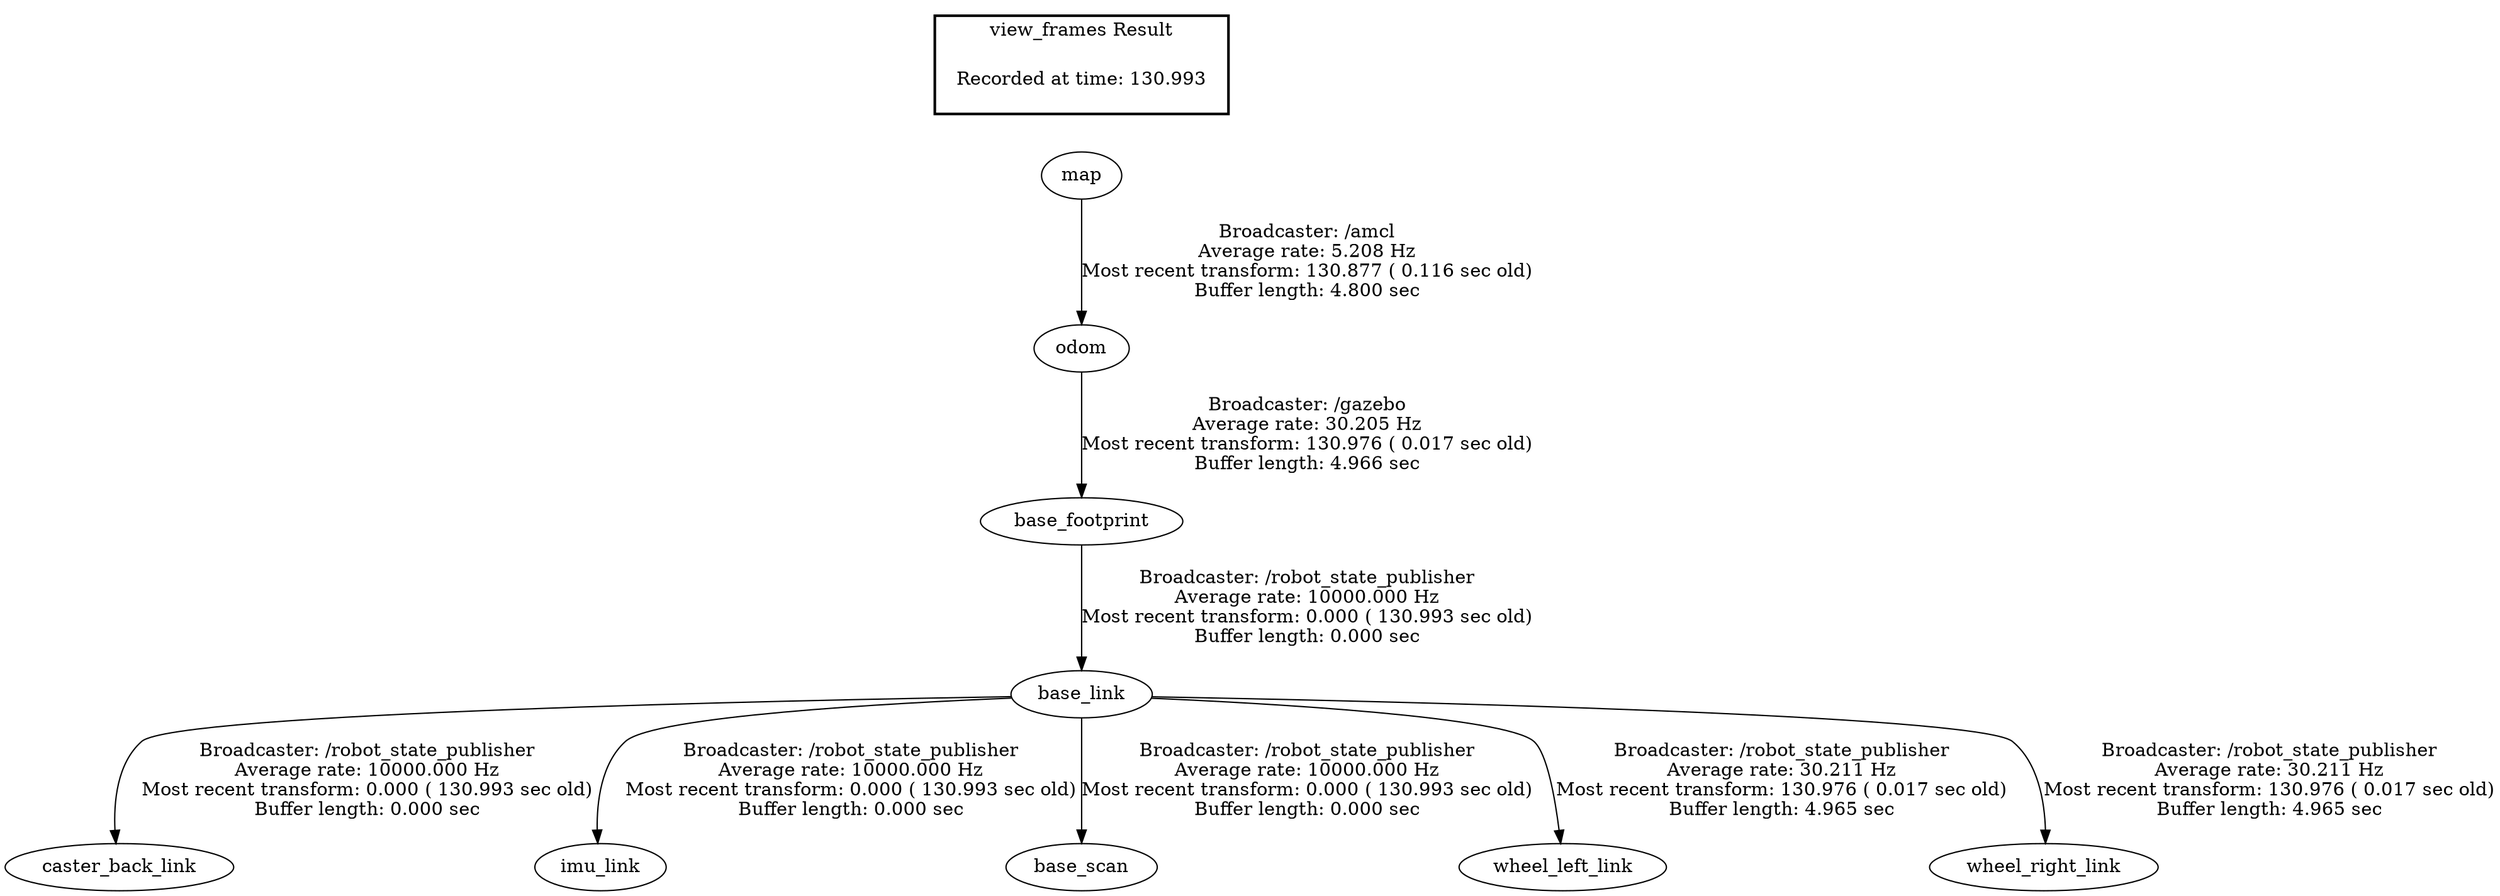
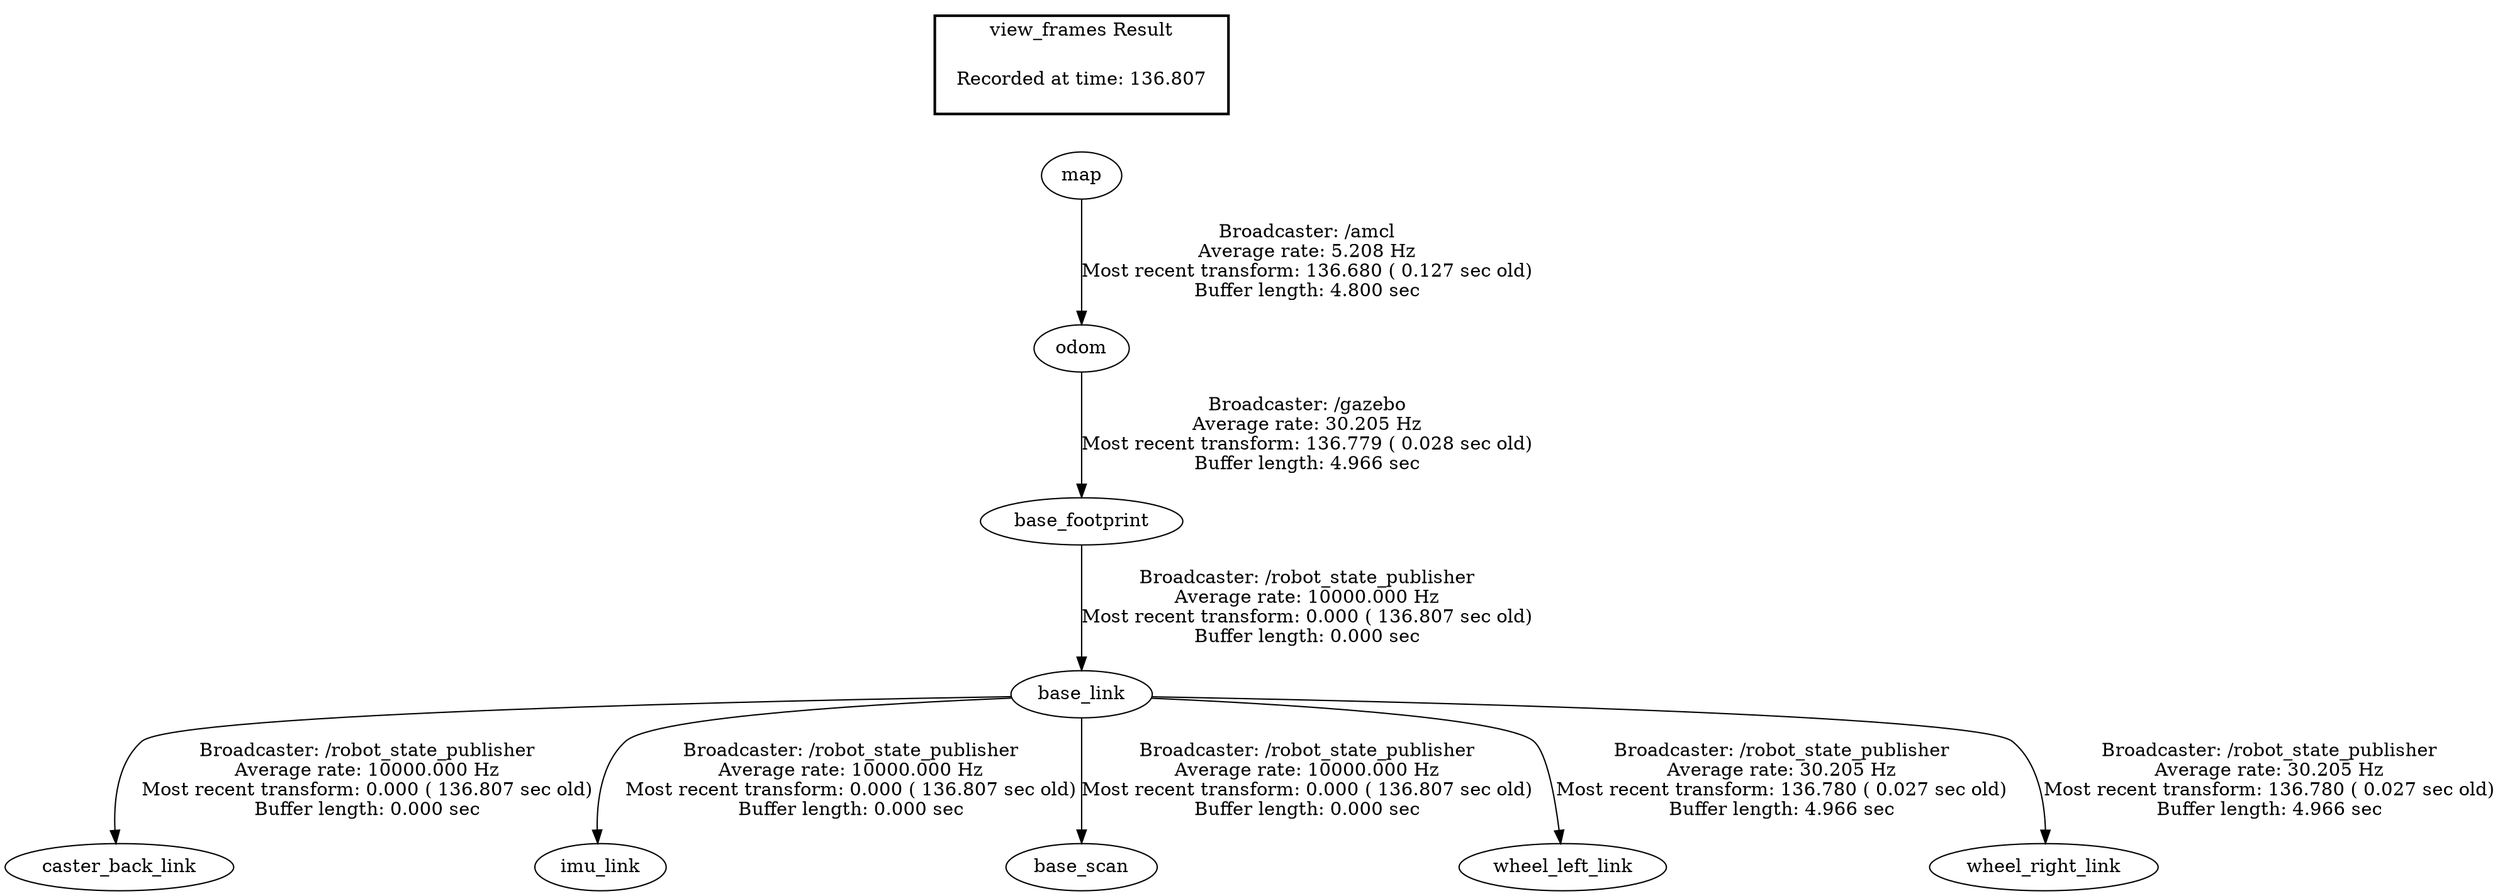
digraph G {
- "base_footprint" -> "base_link"[label="Broadcaster: /robot_state_publisher\nAverage rate: 10000.000 Hz\nMost recent transform: 0.000 ( 130.993 sec old)\nBuffer length: 0.000 sec\n"];
- "odom" -> "base_footprint"[label="Broadcaster: /gazebo\nAverage rate: 30.205 Hz\nMost recent transform: 130.976 ( 0.017 sec old)\nBuffer length: 4.966 sec\n"];
- "base_link" -> "caster_back_link"[label="Broadcaster: /robot_state_publisher\nAverage rate: 10000.000 Hz\nMost recent transform: 0.000 ( 130.993 sec old)\nBuffer length: 0.000 sec\n"];
- "base_link" -> "imu_link"[label="Broadcaster: /robot_state_publisher\nAverage rate: 10000.000 Hz\nMost recent transform: 0.000 ( 130.993 sec old)\nBuffer length: 0.000 sec\n"];
- "base_link" -> "base_scan"[label="Broadcaster: /robot_state_publisher\nAverage rate: 10000.000 Hz\nMost recent transform: 0.000 ( 130.993 sec old)\nBuffer length: 0.000 sec\n"];
- "map" -> "odom"[label="Broadcaster: /amcl\nAverage rate: 5.208 Hz\nMost recent transform: 130.877 ( 0.116 sec old)\nBuffer length: 4.800 sec\n"];
- "base_link" -> "wheel_left_link"[label="Broadcaster: /robot_state_publisher\nAverage rate: 30.211 Hz\nMost recent transform: 130.976 ( 0.017 sec old)\nBuffer length: 4.965 sec\n"];
- "base_link" -> "wheel_right_link"[label="Broadcaster: /robot_state_publisher\nAverage rate: 30.211 Hz\nMost recent transform: 130.976 ( 0.017 sec old)\nBuffer length: 4.965 sec\n"];
+ "base_footprint" -> "base_link"[label="Broadcaster: /robot_state_publisher\nAverage rate: 10000.000 Hz\nMost recent transform: 0.000 ( 136.807 sec old)\nBuffer length: 0.000 sec\n"];
+ "odom" -> "base_footprint"[label="Broadcaster: /gazebo\nAverage rate: 30.205 Hz\nMost recent transform: 136.779 ( 0.028 sec old)\nBuffer length: 4.966 sec\n"];
+ "base_link" -> "caster_back_link"[label="Broadcaster: /robot_state_publisher\nAverage rate: 10000.000 Hz\nMost recent transform: 0.000 ( 136.807 sec old)\nBuffer length: 0.000 sec\n"];
+ "base_link" -> "imu_link"[label="Broadcaster: /robot_state_publisher\nAverage rate: 10000.000 Hz\nMost recent transform: 0.000 ( 136.807 sec old)\nBuffer length: 0.000 sec\n"];
+ "base_link" -> "base_scan"[label="Broadcaster: /robot_state_publisher\nAverage rate: 10000.000 Hz\nMost recent transform: 0.000 ( 136.807 sec old)\nBuffer length: 0.000 sec\n"];
+ "map" -> "odom"[label="Broadcaster: /amcl\nAverage rate: 5.208 Hz\nMost recent transform: 136.680 ( 0.127 sec old)\nBuffer length: 4.800 sec\n"];
+ "base_link" -> "wheel_left_link"[label="Broadcaster: /robot_state_publisher\nAverage rate: 30.205 Hz\nMost recent transform: 136.780 ( 0.027 sec old)\nBuffer length: 4.966 sec\n"];
+ "base_link" -> "wheel_right_link"[label="Broadcaster: /robot_state_publisher\nAverage rate: 30.205 Hz\nMost recent transform: 136.780 ( 0.027 sec old)\nBuffer length: 4.966 sec\n"];
edge [style=invis];
 subgraph cluster_legend { style=bold; color=black; label ="view_frames Result";
- "Recorded at time: 130.993"[ shape=plaintext ] ;
+ "Recorded at time: 136.807"[ shape=plaintext ] ;
 }->"map";
}